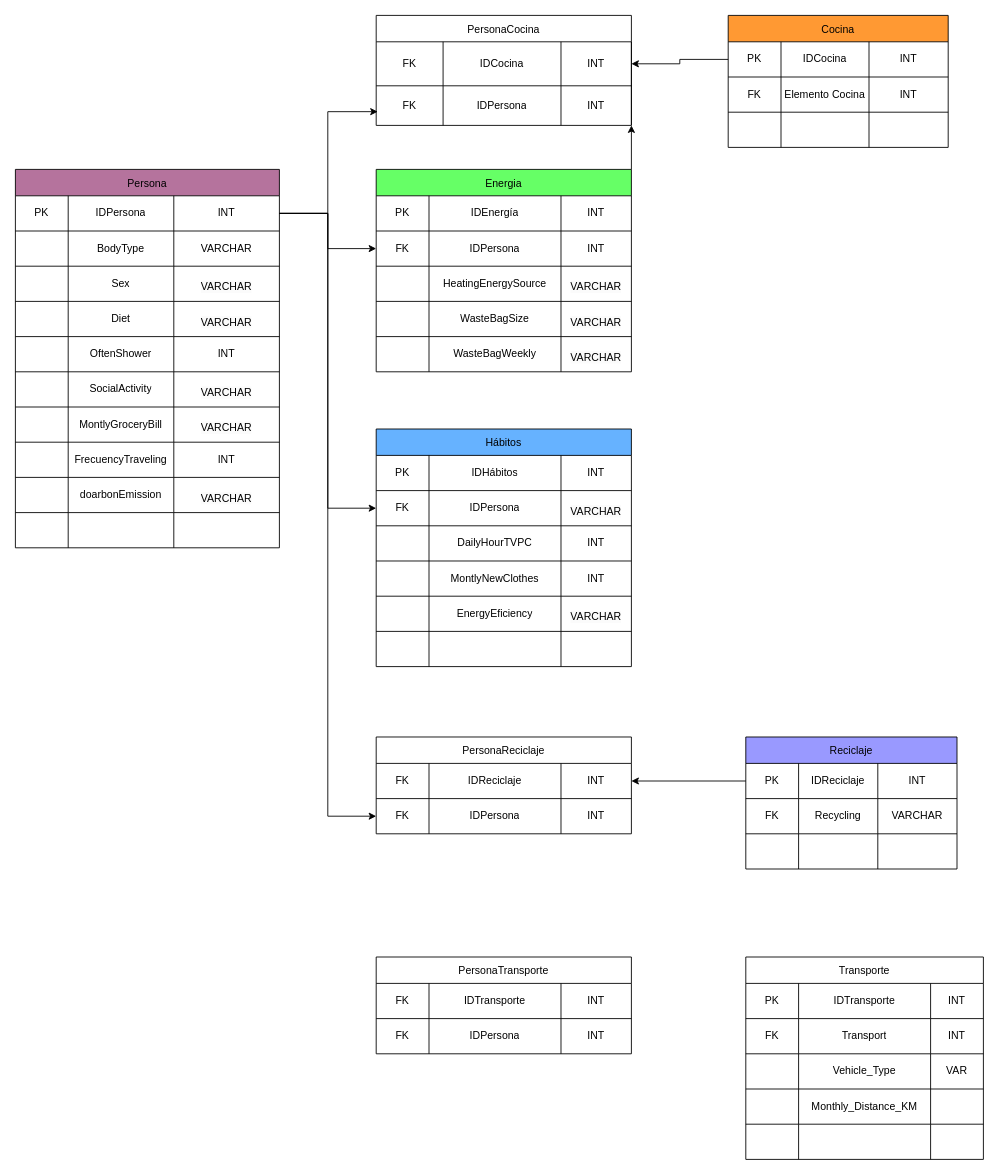
ValentRodriguez/Bases keeps this draw.io diagram as Diagrama sin título.drawio. Above is the earlier version. Source tidied: cells renumbered, new cells numbered last; positions are measured from the earlier drawing's top-left corner, leaving out a move shared by most shapes. Both pictures are drawn from the tidied source at 88%, with x=0, y=0 at pixel (15, 15).
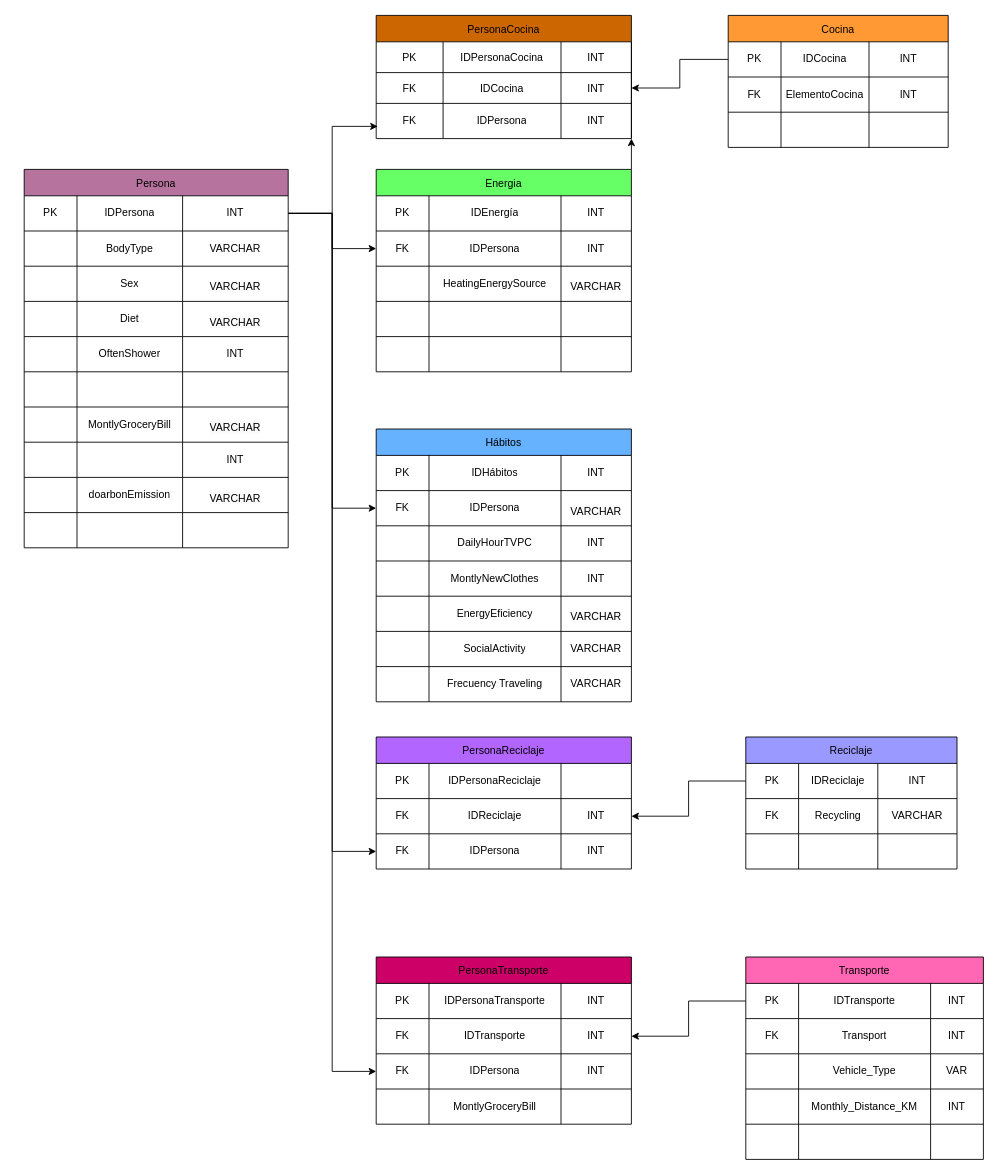
The same page after the edit.

Unchanged cells that the change refers to:
```xml
<mxCell id="3" style="shape=tableRow;horizontal=0;startSize=0;swimlaneHead=0;swimlaneBody=0;strokeColor=inherit;top=0;left=0;bottom=0;right=0;fillColor=none;points=[[0,0.5],[1,0.5]];portConstraint=eastwest;" parent="2" vertex="1">
  <mxGeometry y="30" width="300" height="40" as="geometry" />
</mxCell>
<mxCell id="23" style="shape=tableRow;horizontal=0;startSize=0;swimlaneHead=0;swimlaneBody=0;strokeColor=inherit;top=0;left=0;bottom=0;right=0;fillColor=none;" parent="2" vertex="1">
  <mxGeometry y="230" width="300" height="40" as="geometry" />
</mxCell>
<mxCell id="31" style="shape=tableRow;horizontal=0;startSize=0;swimlaneHead=0;swimlaneBody=0;strokeColor=inherit;top=0;left=0;bottom=0;right=0;fillColor=none;" parent="2" vertex="1">
  <mxGeometry y="310" width="300" height="40" as="geometry" />
</mxCell>
<mxCell id="48" style="shape=tableRow;horizontal=0;startSize=0;swimlaneHead=0;swimlaneBody=0;strokeColor=inherit;top=0;left=0;bottom=0;right=0;fillColor=none;" parent="43" vertex="1">
  <mxGeometry y="70" width="250" height="40" as="geometry" />
</mxCell>
<mxCell id="70" style="shape=tableRow;horizontal=0;startSize=0;swimlaneHead=0;swimlaneBody=0;strokeColor=inherit;top=0;left=0;bottom=0;right=0;fillColor=none;" parent="57" vertex="1">
  <mxGeometry y="150" width="290" height="40" as="geometry" />
</mxCell>
<mxCell id="74" style="shape=tableRow;horizontal=0;startSize=0;swimlaneHead=0;swimlaneBody=0;strokeColor=inherit;top=0;left=0;bottom=0;right=0;fillColor=none;" parent="57" vertex="1">
  <mxGeometry y="190" width="290" height="40" as="geometry" />
</mxCell>
<mxCell id="99" style="shape=tableRow;horizontal=0;startSize=0;swimlaneHead=0;swimlaneBody=0;strokeColor=inherit;top=0;left=0;bottom=0;right=0;fillColor=none;" parent="78" vertex="1">
  <mxGeometry y="230" width="290" height="40" as="geometry" />
</mxCell>
<mxCell id="151" style="shape=tableRow;horizontal=0;startSize=0;swimlaneHead=0;swimlaneBody=0;strokeColor=inherit;top=0;left=0;bottom=0;right=0;fillColor=none;points=[[0,0.5],[1,0.5]];portConstraint=eastwest;" parent="150" vertex="1">
  <mxGeometry y="30" width="270" height="40" as="geometry" />
</mxCell>
<mxCell id="163" style="shape=tableRow;horizontal=0;startSize=0;swimlaneHead=0;swimlaneBody=0;strokeColor=inherit;top=0;left=0;bottom=0;right=0;fillColor=none;" parent="150" vertex="1">
  <mxGeometry y="150" width="270" height="40" as="geometry" />
</mxCell>
```

Diff of the diagram source:
```diff
@@
     <mxCell id="2" value="Persona" style="shape=table;startSize=30;childLayout=tableLayout;fillColor=#B5739D;" parent="1" vertex="1">
-      <mxGeometry y="175" width="300" height="430" as="geometry" />
+      <mxGeometry x="10" y="175" width="300" height="430" as="geometry" />
     </mxCell>
@@
-    <mxCell id="25" value="SocialActivity" style="shape=partialRectangle;html=1;whiteSpace=wrap;strokeColor=inherit;overflow=hidden;fillColor=none;top=0;left=0;bottom=0;right=0;" parent="23" vertex="1">
+    <mxCell id="25" style="shape=partialRectangle;html=1;whiteSpace=wrap;strokeColor=inherit;overflow=hidden;fillColor=none;top=0;left=0;bottom=0;right=0;" parent="23" vertex="1">
       <mxGeometry x="60" width="120" height="40" as="geometry" />
     </mxCell>
-    <mxCell id="26" value="&#10;&lt;span style=&quot;color: rgb(0, 0, 0); font-family: Helvetica; font-size: 12px; font-style: normal; font-variant-ligatures: normal; font-variant-caps: normal; font-weight: 400; letter-spacing: normal; orphans: 2; text-align: center; text-indent: 0px; text-transform: none; widows: 2; word-spacing: 0px; -webkit-text-stroke-width: 0px; white-space: normal; background-color: rgb(251, 251, 251); text-decoration-thickness: initial; text-decoration-style: initial; text-decoration-color: initial; display: inline !important; float: none;&quot;&gt;VARCHAR&lt;/span&gt;&#10;&#10;" style="shape=partialRectangle;html=1;whiteSpace=wrap;strokeColor=inherit;overflow=hidden;fillColor=none;top=0;left=0;bottom=0;right=0;" parent="23" vertex="1">
+    <mxCell id="26" style="shape=partialRectangle;html=1;whiteSpace=wrap;strokeColor=inherit;overflow=hidden;fillColor=none;top=0;left=0;bottom=0;right=0;" parent="23" vertex="1">
       <mxGeometry x="180" width="120" height="40" as="geometry" />
     </mxCell>
@@
-    <mxCell id="33" value="FrecuencyTraveling" style="shape=partialRectangle;html=1;whiteSpace=wrap;strokeColor=inherit;overflow=hidden;fillColor=none;top=0;left=0;bottom=0;right=0;" parent="31" vertex="1">
+    <mxCell id="33" style="shape=partialRectangle;html=1;whiteSpace=wrap;strokeColor=inherit;overflow=hidden;fillColor=none;top=0;left=0;bottom=0;right=0;" parent="31" vertex="1">
       <mxGeometry x="60" width="120" height="40" as="geometry" />
     </mxCell>
@@
-    <mxCell id="50" value="Elemento Cocina" style="shape=partialRectangle;html=1;whiteSpace=wrap;strokeColor=inherit;overflow=hidden;fillColor=none;top=0;left=0;bottom=0;right=0;" parent="48" vertex="1">
+    <mxCell id="50" value="ElementoCocina" style="shape=partialRectangle;html=1;whiteSpace=wrap;strokeColor=inherit;overflow=hidden;fillColor=none;top=0;left=0;bottom=0;right=0;" parent="48" vertex="1">
       <mxGeometry x="60" width="100" height="40" as="geometry" />
     </mxCell>
@@
-    <mxCell id="72" value="WasteBagSize" style="shape=partialRectangle;html=1;whiteSpace=wrap;strokeColor=inherit;overflow=hidden;fillColor=none;top=0;left=0;bottom=0;right=0;" parent="70" vertex="1">
+    <mxCell id="72" style="shape=partialRectangle;html=1;whiteSpace=wrap;strokeColor=inherit;overflow=hidden;fillColor=none;top=0;left=0;bottom=0;right=0;" parent="70" vertex="1">
       <mxGeometry x="60" width="150" height="40" as="geometry" />
     </mxCell>
-    <mxCell id="73" value="&#10;&lt;span style=&quot;color: rgb(0, 0, 0); font-family: Helvetica; font-size: 12px; font-style: normal; font-variant-ligatures: normal; font-variant-caps: normal; font-weight: 400; letter-spacing: normal; orphans: 2; text-align: center; text-indent: 0px; text-transform: none; widows: 2; word-spacing: 0px; -webkit-text-stroke-width: 0px; white-space: normal; background-color: rgb(251, 251, 251); text-decoration-thickness: initial; text-decoration-style: initial; text-decoration-color: initial; display: inline !important; float: none;&quot;&gt;VARCHAR&lt;/span&gt;&#10;&#10;" style="shape=partialRectangle;html=1;whiteSpace=wrap;strokeColor=inherit;overflow=hidden;fillColor=none;top=0;left=0;bottom=0;right=0;" parent="70" vertex="1">
+    <mxCell id="73" style="shape=partialRectangle;html=1;whiteSpace=wrap;strokeColor=inherit;overflow=hidden;fillColor=none;top=0;left=0;bottom=0;right=0;" parent="70" vertex="1">
       <mxGeometry x="210" width="80" height="40" as="geometry" />
     </mxCell>
@@
-    <mxCell id="76" value="WasteBagWeekly" style="shape=partialRectangle;html=1;whiteSpace=wrap;strokeColor=inherit;overflow=hidden;fillColor=none;top=0;left=0;bottom=0;right=0;" parent="74" vertex="1">
+    <mxCell id="76" style="shape=partialRectangle;html=1;whiteSpace=wrap;strokeColor=inherit;overflow=hidden;fillColor=none;top=0;left=0;bottom=0;right=0;" parent="74" vertex="1">
       <mxGeometry x="60" width="150" height="40" as="geometry" />
     </mxCell>
-    <mxCell id="77" value="&#10;&lt;span style=&quot;color: rgb(0, 0, 0); font-family: Helvetica; font-size: 12px; font-style: normal; font-variant-ligatures: normal; font-variant-caps: normal; font-weight: 400; letter-spacing: normal; orphans: 2; text-align: center; text-indent: 0px; text-transform: none; widows: 2; word-spacing: 0px; -webkit-text-stroke-width: 0px; white-space: normal; background-color: rgb(251, 251, 251); text-decoration-thickness: initial; text-decoration-style: initial; text-decoration-color: initial; display: inline !important; float: none;&quot;&gt;VARCHAR&lt;/span&gt;&#10;&#10;" style="shape=partialRectangle;html=1;whiteSpace=wrap;strokeColor=inherit;overflow=hidden;fillColor=none;top=0;left=0;bottom=0;right=0;" parent="74" vertex="1">
+    <mxCell id="77" style="shape=partialRectangle;html=1;whiteSpace=wrap;strokeColor=inherit;overflow=hidden;fillColor=none;top=0;left=0;bottom=0;right=0;" parent="74" vertex="1">
       <mxGeometry x="210" width="80" height="40" as="geometry" />
     </mxCell>
     <mxCell id="78" value="Hábitos" style="shape=table;startSize=30;childLayout=tableLayout;fillColor=#66B2FF;" parent="1" vertex="1">
-      <mxGeometry x="410" y="470" width="290" height="270" as="geometry" />
+      <mxGeometry x="410" y="470" width="290" height="310" as="geometry" />
     </mxCell>
@@
-    <mxCell id="101" style="shape=partialRectangle;html=1;whiteSpace=wrap;strokeColor=inherit;overflow=hidden;fillColor=none;top=0;left=0;bottom=0;right=0;" parent="99" vertex="1">
+    <mxCell id="101" value="SocialActivity" style="shape=partialRectangle;html=1;whiteSpace=wrap;strokeColor=inherit;overflow=hidden;fillColor=none;top=0;left=0;bottom=0;right=0;" parent="99" vertex="1">
       <mxGeometry x="60" width="150" height="40" as="geometry" />
     </mxCell>
-    <mxCell id="102" style="shape=partialRectangle;html=1;whiteSpace=wrap;strokeColor=inherit;overflow=hidden;fillColor=none;top=0;left=0;bottom=0;right=0;" parent="99" vertex="1">
+    <mxCell id="102" value="VARCHAR" style="shape=partialRectangle;html=1;whiteSpace=wrap;strokeColor=inherit;overflow=hidden;fillColor=none;top=0;left=0;bottom=0;right=0;" parent="99" vertex="1">
       <mxGeometry x="210" width="80" height="40" as="geometry" />
     </mxCell>
+    <mxCell id="171" style="shape=tableRow;horizontal=0;startSize=0;swimlaneHead=0;swimlaneBody=0;strokeColor=inherit;top=0;left=0;bottom=0;right=0;fillColor=none;" parent="78" vertex="1">
+      <mxGeometry y="270" width="290" height="40" as="geometry" />
+    </mxCell>
+    <mxCell id="172" style="shape=partialRectangle;html=1;whiteSpace=wrap;strokeColor=inherit;overflow=hidden;fillColor=none;top=0;left=0;bottom=0;right=0;" parent="171" vertex="1">
+      <mxGeometry width="60" height="40" as="geometry" />
+    </mxCell>
+    <mxCell id="173" value="Frecuency Traveling" style="shape=partialRectangle;html=1;whiteSpace=wrap;strokeColor=inherit;overflow=hidden;fillColor=none;top=0;left=0;bottom=0;right=0;" parent="171" vertex="1">
+      <mxGeometry x="60" width="150" height="40" as="geometry" />
+    </mxCell>
+    <mxCell id="174" value="VARCHAR" style="shape=partialRectangle;html=1;whiteSpace=wrap;strokeColor=inherit;overflow=hidden;fillColor=none;top=0;left=0;bottom=0;right=0;" parent="171" vertex="1">
+      <mxGeometry x="210" width="80" height="40" as="geometry" />
+    </mxCell>
@@
-    <mxCell id="118" value="PersonaCocina" style="shape=table;startSize=30;childLayout=tableLayout;" parent="1" vertex="1">
-      <mxGeometry x="410" width="290" height="125" as="geometry" />
+    <mxCell id="118" value="PersonaCocina" style="shape=table;startSize=30;childLayout=tableLayout;fillColor=#CC6600;" parent="1" vertex="1">
+      <mxGeometry x="410" width="290" height="140" as="geometry" />
     </mxCell>
+    <mxCell id="175" style="shape=tableRow;horizontal=0;startSize=0;swimlaneHead=0;swimlaneBody=0;strokeColor=inherit;top=0;left=0;bottom=0;right=0;fillColor=none;" parent="118" vertex="1">
+      <mxGeometry y="30" width="290" height="35" as="geometry" />
+    </mxCell>
+    <mxCell id="176" value="PK" style="shape=partialRectangle;html=1;whiteSpace=wrap;strokeColor=inherit;overflow=hidden;fillColor=none;top=0;left=0;bottom=0;right=0;" parent="175" vertex="1">
+      <mxGeometry width="76" height="35" as="geometry" />
+    </mxCell>
+    <mxCell id="177" value="IDPersonaCocina" style="shape=partialRectangle;html=1;whiteSpace=wrap;strokeColor=inherit;overflow=hidden;fillColor=none;top=0;left=0;bottom=0;right=0;" parent="175" vertex="1">
+      <mxGeometry x="76" width="134" height="35" as="geometry" />
+    </mxCell>
+    <mxCell id="178" value="INT" style="shape=partialRectangle;html=1;whiteSpace=wrap;strokeColor=inherit;overflow=hidden;fillColor=none;top=0;left=0;bottom=0;right=0;" parent="175" vertex="1">
+      <mxGeometry x="210" width="80" height="35" as="geometry" />
+    </mxCell>
     <mxCell id="119" style="shape=tableRow;horizontal=0;startSize=0;swimlaneHead=0;swimlaneBody=0;strokeColor=inherit;top=0;left=0;bottom=0;right=0;fillColor=none;points=[[0,0.5],[1,0.5]];portConstraint=eastwest;" parent="118" vertex="1">
-      <mxGeometry y="30" width="290" height="50" as="geometry" />
+      <mxGeometry y="65" width="290" height="35" as="geometry" />
     </mxCell>
     <mxCell id="120" value="FK" style="shape=partialRectangle;html=1;whiteSpace=wrap;strokeColor=inherit;overflow=hidden;fillColor=none;top=0;left=0;bottom=0;right=0;" parent="119" vertex="1">
-      <mxGeometry width="76" height="50" as="geometry" />
+      <mxGeometry width="76" height="35" as="geometry" />
     </mxCell>
     <mxCell id="121" value="IDCocina" style="shape=partialRectangle;html=1;whiteSpace=wrap;strokeColor=inherit;overflow=hidden;fillColor=none;top=0;left=0;bottom=0;right=0;" parent="119" vertex="1">
-      <mxGeometry x="76" width="134" height="50" as="geometry" />
+      <mxGeometry x="76" width="134" height="35" as="geometry" />
     </mxCell>
     <mxCell id="122" value="INT" style="shape=partialRectangle;html=1;whiteSpace=wrap;strokeColor=inherit;overflow=hidden;fillColor=none;top=0;left=0;bottom=0;right=0;" parent="119" vertex="1">
-      <mxGeometry x="210" width="80" height="50" as="geometry" />
+      <mxGeometry x="210" width="80" height="35" as="geometry" />
     </mxCell>
     <mxCell id="123" style="shape=tableRow;horizontal=0;startSize=0;swimlaneHead=0;swimlaneBody=0;strokeColor=inherit;top=0;left=0;bottom=0;right=0;fillColor=none;points=[[0,0.5],[1,0.5]];portConstraint=eastwest;" parent="118" vertex="1">
-      <mxGeometry y="80" width="290" height="45" as="geometry" />
+      <mxGeometry y="100" width="290" height="40" as="geometry" />
     </mxCell>
     <mxCell id="124" value="FK" style="shape=partialRectangle;html=1;whiteSpace=wrap;strokeColor=inherit;overflow=hidden;fillColor=none;top=0;left=0;bottom=0;right=0;" parent="123" vertex="1">
-      <mxGeometry width="76" height="45" as="geometry" />
+      <mxGeometry width="76" height="40" as="geometry" />
     </mxCell>
     <mxCell id="125" value="IDPersona" style="shape=partialRectangle;html=1;whiteSpace=wrap;strokeColor=inherit;overflow=hidden;fillColor=none;top=0;left=0;bottom=0;right=0;" parent="123" vertex="1">
-      <mxGeometry x="76" width="134" height="45" as="geometry" />
+      <mxGeometry x="76" width="134" height="40" as="geometry" />
     </mxCell>
     <mxCell id="126" value="INT" style="shape=partialRectangle;html=1;whiteSpace=wrap;strokeColor=inherit;overflow=hidden;fillColor=none;top=0;left=0;bottom=0;right=0;" parent="123" vertex="1">
-      <mxGeometry x="210" width="80" height="45" as="geometry" />
+      <mxGeometry x="210" width="80" height="40" as="geometry" />
     </mxCell>
     <mxCell id="127" style="whiteSpace=wrap;html=1;fillColor=#66FF66;startSize=30;" parent="123" vertex="1">
-      <mxGeometry x="290" height="45" as="geometry" />
+      <mxGeometry x="290" height="40" as="geometry" />
     </mxCell>
@@
-    <mxCell id="130" value="PersonaReciclaje" style="shape=table;startSize=30;childLayout=tableLayout;" parent="1" vertex="1">
-      <mxGeometry x="410" y="820" width="290" height="110" as="geometry" />
+    <mxCell id="130" value="PersonaReciclaje" style="shape=table;startSize=30;childLayout=tableLayout;fillColor=#B266FF;" parent="1" vertex="1">
+      <mxGeometry x="410" y="820" width="290" height="150" as="geometry" />
     </mxCell>
+    <mxCell id="179" style="shape=tableRow;horizontal=0;startSize=0;swimlaneHead=0;swimlaneBody=0;strokeColor=inherit;top=0;left=0;bottom=0;right=0;fillColor=none;" parent="130" vertex="1">
+      <mxGeometry y="30" width="290" height="40" as="geometry" />
+    </mxCell>
+    <mxCell id="180" value="PK" style="shape=partialRectangle;html=1;whiteSpace=wrap;strokeColor=inherit;overflow=hidden;fillColor=none;top=0;left=0;bottom=0;right=0;" parent="179" vertex="1">
+      <mxGeometry width="60" height="40" as="geometry" />
+    </mxCell>
+    <mxCell id="181" value="IDPersonaReciclaje" style="shape=partialRectangle;html=1;whiteSpace=wrap;strokeColor=inherit;overflow=hidden;fillColor=none;top=0;left=0;bottom=0;right=0;" parent="179" vertex="1">
+      <mxGeometry x="60" width="150" height="40" as="geometry" />
+    </mxCell>
+    <mxCell id="182" style="shape=partialRectangle;html=1;whiteSpace=wrap;strokeColor=inherit;overflow=hidden;fillColor=none;top=0;left=0;bottom=0;right=0;" parent="179" vertex="1">
+      <mxGeometry x="210" width="80" height="40" as="geometry" />
+    </mxCell>
     <mxCell id="131" style="shape=tableRow;horizontal=0;startSize=0;swimlaneHead=0;swimlaneBody=0;strokeColor=inherit;top=0;left=0;bottom=0;right=0;fillColor=none;points=[[0,0.5],[1,0.5]];portConstraint=eastwest;" parent="130" vertex="1">
-      <mxGeometry y="30" width="290" height="40" as="geometry" />
+      <mxGeometry y="70" width="290" height="40" as="geometry" />
     </mxCell>
@@
     <mxCell id="135" style="shape=tableRow;horizontal=0;startSize=0;swimlaneHead=0;swimlaneBody=0;strokeColor=inherit;top=0;left=0;bottom=0;right=0;fillColor=none;points=[[0,0.5],[1,0.5]];portConstraint=eastwest;" parent="130" vertex="1">
-      <mxGeometry y="70" width="290" height="40" as="geometry" />
+      <mxGeometry y="110" width="290" height="40" as="geometry" />
     </mxCell>
@@
-    <mxCell id="141" value="PersonaTransporte" style="shape=table;startSize=30;childLayout=tableLayout;" parent="1" vertex="1">
-      <mxGeometry x="410" y="1070" width="290" height="110" as="geometry" />
+    <mxCell id="141" value="PersonaTransporte" style="shape=table;startSize=30;childLayout=tableLayout;fillColor=#CC0066;" parent="1" vertex="1">
+      <mxGeometry x="410" y="1070" width="290" height="190" as="geometry" />
     </mxCell>
+    <mxCell id="183" style="shape=tableRow;horizontal=0;startSize=0;swimlaneHead=0;swimlaneBody=0;strokeColor=inherit;top=0;left=0;bottom=0;right=0;fillColor=none;" parent="141" vertex="1">
+      <mxGeometry y="30" width="290" height="40" as="geometry" />
+    </mxCell>
+    <mxCell id="184" value="PK" style="shape=partialRectangle;html=1;whiteSpace=wrap;strokeColor=inherit;overflow=hidden;fillColor=none;top=0;left=0;bottom=0;right=0;" parent="183" vertex="1">
+      <mxGeometry width="60" height="40" as="geometry" />
+    </mxCell>
+    <mxCell id="185" value="IDPersonaTransporte" style="shape=partialRectangle;html=1;whiteSpace=wrap;strokeColor=inherit;overflow=hidden;fillColor=none;top=0;left=0;bottom=0;right=0;" parent="183" vertex="1">
+      <mxGeometry x="60" width="150" height="40" as="geometry" />
+    </mxCell>
+    <mxCell id="186" value="INT" style="shape=partialRectangle;html=1;whiteSpace=wrap;strokeColor=inherit;overflow=hidden;fillColor=none;top=0;left=0;bottom=0;right=0;" parent="183" vertex="1">
+      <mxGeometry x="210" width="80" height="40" as="geometry" />
+    </mxCell>
     <mxCell id="142" style="shape=tableRow;horizontal=0;startSize=0;swimlaneHead=0;swimlaneBody=0;strokeColor=inherit;top=0;left=0;bottom=0;right=0;fillColor=none;points=[[0,0.5],[1,0.5]];portConstraint=eastwest;" parent="141" vertex="1">
-      <mxGeometry y="30" width="290" height="40" as="geometry" />
+      <mxGeometry y="70" width="290" height="40" as="geometry" />
     </mxCell>
@@
     <mxCell id="146" style="shape=tableRow;horizontal=0;startSize=0;swimlaneHead=0;swimlaneBody=0;strokeColor=inherit;top=0;left=0;bottom=0;right=0;fillColor=none;points=[[0,0.5],[1,0.5]];portConstraint=eastwest;" parent="141" vertex="1">
-      <mxGeometry y="70" width="290" height="40" as="geometry" />
+      <mxGeometry y="110" width="290" height="40" as="geometry" />
     </mxCell>
@@
+    <mxCell id="187" style="shape=tableRow;horizontal=0;startSize=0;swimlaneHead=0;swimlaneBody=0;strokeColor=inherit;top=0;left=0;bottom=0;right=0;fillColor=none;" parent="141" vertex="1">
+      <mxGeometry y="150" width="290" height="40" as="geometry" />
+    </mxCell>
+    <mxCell id="188" style="shape=partialRectangle;html=1;whiteSpace=wrap;strokeColor=inherit;overflow=hidden;fillColor=none;top=0;left=0;bottom=0;right=0;" parent="187" vertex="1">
+      <mxGeometry width="60" height="40" as="geometry" />
+    </mxCell>
+    <mxCell id="189" value="MontlyGroceryBill" style="shape=partialRectangle;html=1;whiteSpace=wrap;strokeColor=inherit;overflow=hidden;fillColor=none;top=0;left=0;bottom=0;right=0;" parent="187" vertex="1">
+      <mxGeometry x="60" width="150" height="40" as="geometry" />
+    </mxCell>
+    <mxCell id="190" style="shape=partialRectangle;html=1;whiteSpace=wrap;strokeColor=inherit;overflow=hidden;fillColor=none;top=0;left=0;bottom=0;right=0;" parent="187" vertex="1">
+      <mxGeometry x="210" width="80" height="40" as="geometry" />
+    </mxCell>
-    <mxCell id="150" value="Transporte" style="shape=table;startSize=30;childLayout=tableLayout;" parent="1" vertex="1">
+    <mxCell id="150" value="Transporte" style="shape=table;startSize=30;childLayout=tableLayout;fillColor=#FF66B3;" parent="1" vertex="1">
       <mxGeometry x="830" y="1070" width="270" height="230" as="geometry" />
     </mxCell>
@@
-    <mxCell id="166" style="shape=partialRectangle;html=1;whiteSpace=wrap;strokeColor=inherit;overflow=hidden;fillColor=none;top=0;left=0;bottom=0;right=0;" parent="163" vertex="1">
+    <mxCell id="166" value="INT" style="shape=partialRectangle;html=1;whiteSpace=wrap;strokeColor=inherit;overflow=hidden;fillColor=none;top=0;left=0;bottom=0;right=0;" parent="163" vertex="1">
       <mxGeometry x="210" width="60" height="40" as="geometry" />
     </mxCell>
@@
+    <mxCell id="191" style="edgeStyle=orthogonalEdgeStyle;rounded=0;jettySize=auto;html=1;exitX=0;exitY=0.5;exitDx=0;exitDy=0;" parent="1" edge="1" source="151" target="142">
+      <mxGeometry relative="1" as="geometry" />
+    </mxCell>
+    <mxCell id="192" style="edgeStyle=orthogonalEdgeStyle;rounded=0;jettySize=auto;html=1;exitX=1;exitY=0.5;exitDx=0;exitDy=0;entryX=0;entryY=0.5;entryDx=0;entryDy=0;" parent="1" edge="1" source="3" target="146">
+      <mxGeometry relative="1" as="geometry" />
+    </mxCell>
```
